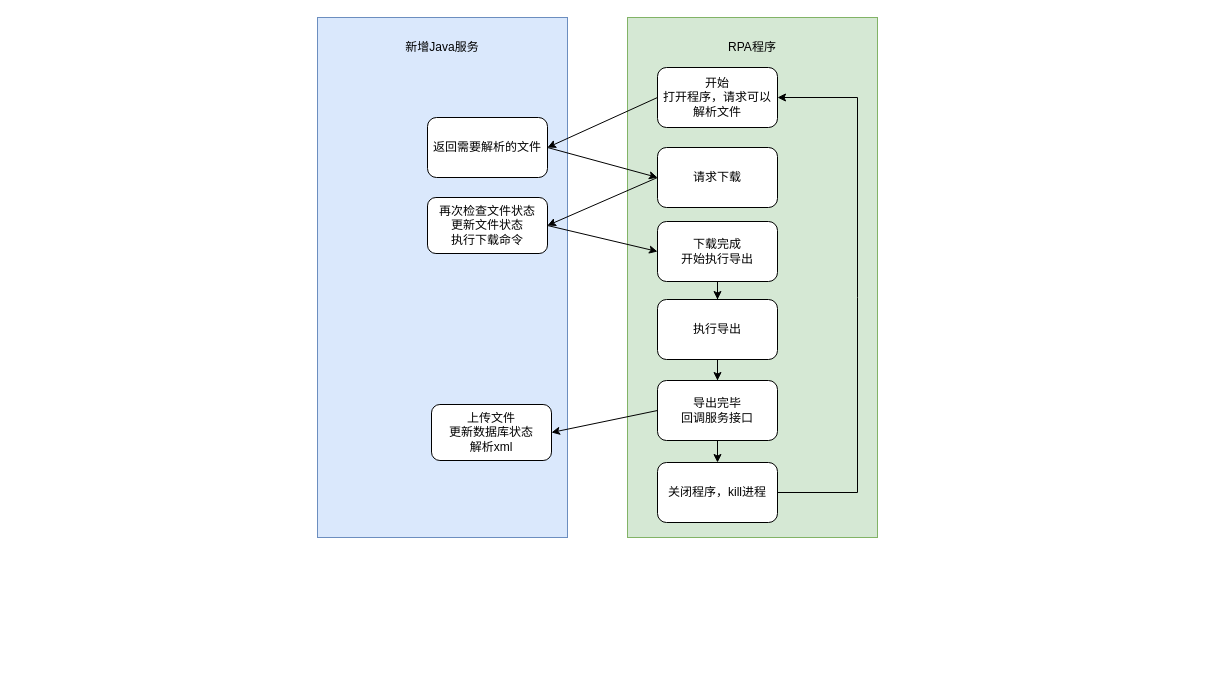
Before: draw.io/自动化RPA程序流程.drawio in KeatonLi/pictures, a draw.io diagram. Source tidied: cells renumbered, new cells numbered last; positions are measured from the earlier drawing's top-left corner, leaving out a move shared by most shapes. Both pictures are drawn from the tidied source at 100%, with x=0, y=0 at pixel (317, 17).
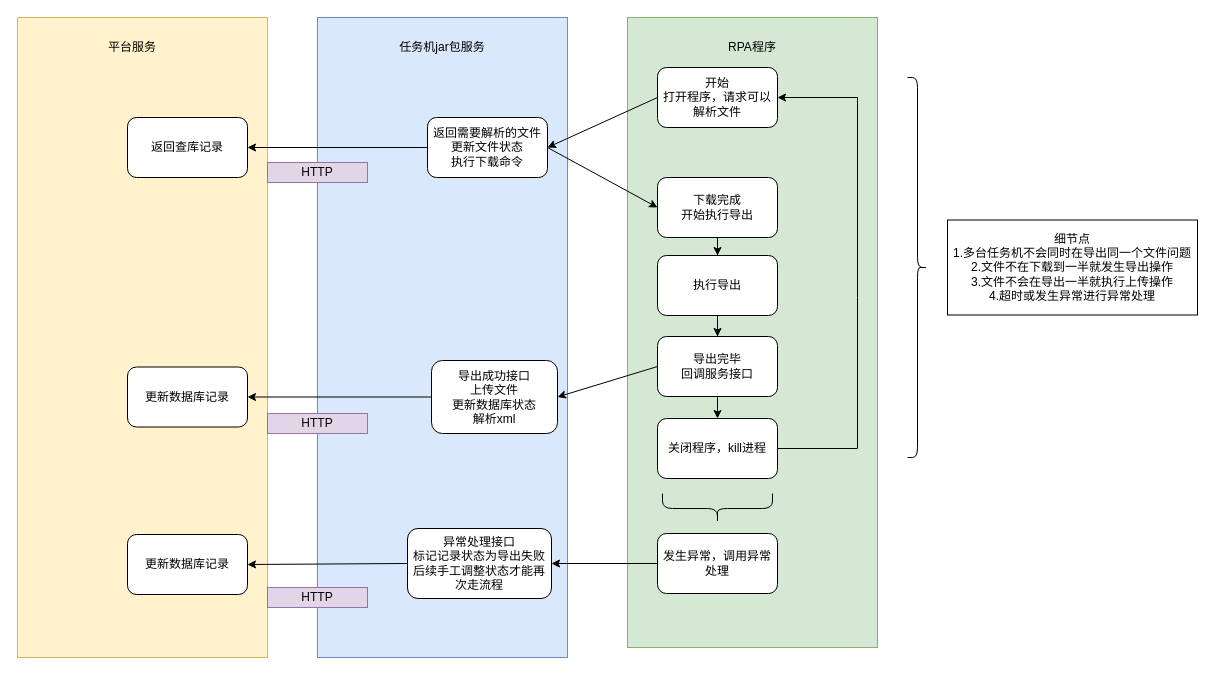
After the change.

Commit message:
更新自动化RPA程序流程.drawio

Unchanged cells that the change refers to:
```xml
<mxCell id="21" value="开始&lt;br&gt;打开程序，请求可以解析文件" style="rounded=1;whiteSpace=wrap;html=1;" parent="1" vertex="1">
  <mxGeometry x="340" y="50" width="120" height="60" as="geometry" />
</mxCell>
```

Diff of the diagram source:
```diff
@@
     <mxCell id="2" style="rounded=0;whiteSpace=wrap;html=1;fillColor=#dae8fc;strokeColor=#6c8ebf;" parent="1" vertex="1">
-      <mxGeometry width="250" height="520" as="geometry" />
+      <mxGeometry width="250" height="640" as="geometry" />
     </mxCell>
     <mxCell id="3" style="rounded=0;whiteSpace=wrap;html=1;fillColor=#d5e8d4;strokeColor=#82b366;" parent="1" vertex="1">
-      <mxGeometry x="310" width="250" height="520" as="geometry" />
+      <mxGeometry x="310" width="250" height="630" as="geometry" />
     </mxCell>
-    <mxCell id="4" value="新增Java服务" style="text;html=1;strokeColor=none;fillColor=none;align=center;verticalAlign=middle;whiteSpace=wrap;rounded=0;" parent="1" vertex="1">
+    <mxCell id="4" value="任务机jar包服务" style="text;html=1;strokeColor=none;fillColor=none;align=center;verticalAlign=middle;whiteSpace=wrap;rounded=0;" parent="1" vertex="1">
       <mxGeometry x="70" y="10" width="110" height="40" as="geometry" />
     </mxCell>
@@
-    <mxCell id="6" value="请求下载" style="rounded=1;whiteSpace=wrap;html=1;" parent="1" vertex="1">
-      <mxGeometry x="340" y="130" width="120" height="60" as="geometry" />
-    </mxCell>
-    <mxCell id="7" value="返回需要解析的文件" style="rounded=1;whiteSpace=wrap;html=1;" parent="1" vertex="1">
+    <mxCell id="7" value="返回需要解析的文件&lt;br&gt;更新文件状态&lt;br style=&quot;border-color: var(--border-color);&quot;&gt;执行下载命令" style="rounded=1;whiteSpace=wrap;html=1;" parent="1" vertex="1">
       <mxGeometry x="110" y="100" width="120" height="60" as="geometry" />
     </mxCell>
-    <mxCell id="8" style="endArrow=classic;html=1;rounded=0;exitX=1;exitY=0.5;exitDx=0;exitDy=0;entryX=0;entryY=0.5;entryDx=0;entryDy=0;" parent="1" edge="1" source="7" target="6">
-      <mxGeometry relative="1" as="geometry" />
-    </mxCell>
-    <mxCell id="9" value="再次检查文件状态&lt;br&gt;更新文件状态&lt;br&gt;执行下载命令" style="rounded=1;whiteSpace=wrap;html=1;" parent="1" vertex="1">
-      <mxGeometry x="110" y="180" width="120" height="56" as="geometry" />
-    </mxCell>
-    <mxCell id="10" style="endArrow=classic;html=1;rounded=0;exitX=0;exitY=0.5;exitDx=0;exitDy=0;entryX=1;entryY=0.5;entryDx=0;entryDy=0;" parent="1" edge="1" source="6" target="9">
-      <mxGeometry relative="1" as="geometry" />
-    </mxCell>
@@
     <mxCell id="12" value="下载完成&lt;br&gt;开始执行导出" style="rounded=1;whiteSpace=wrap;html=1;" parent="1" vertex="1">
-      <mxGeometry x="340" y="204" width="120" height="60" as="geometry" />
+      <mxGeometry x="340" y="160" width="120" height="60" as="geometry" />
     </mxCell>
-    <mxCell id="13" style="endArrow=classic;html=1;rounded=0;exitX=1;exitY=0.5;exitDx=0;exitDy=0;entryX=0;entryY=0.5;entryDx=0;entryDy=0;" parent="1" edge="1" source="9" target="12">
-      <mxGeometry relative="1" as="geometry" />
-    </mxCell>
@@
     <mxCell id="15" value="执行导出" style="rounded=1;whiteSpace=wrap;html=1;" parent="1" vertex="1">
-      <mxGeometry x="340" y="282" width="120" height="60" as="geometry" />
+      <mxGeometry x="340" y="238" width="120" height="60" as="geometry" />
     </mxCell>
@@
     <mxCell id="17" value="导出完毕&lt;br&gt;回调服务接口" style="rounded=1;whiteSpace=wrap;html=1;" parent="1" vertex="1">
-      <mxGeometry x="340" y="363" width="120" height="60" as="geometry" />
+      <mxGeometry x="340" y="319" width="120" height="60" as="geometry" />
     </mxCell>
@@
-    <mxCell id="19" value="上传文件&lt;br&gt;更新数据库状态&lt;br&gt;解析xml" style="rounded=1;whiteSpace=wrap;html=1;" parent="1" vertex="1">
-      <mxGeometry x="114" y="387" width="120" height="56" as="geometry" />
+    <mxCell id="19" value="导出成功接口&lt;br&gt;上传文件&lt;br&gt;更新数据库状态&lt;br&gt;解析xml" style="rounded=1;whiteSpace=wrap;html=1;" parent="1" vertex="1">
+      <mxGeometry x="114" y="343" width="126" height="73" as="geometry" />
     </mxCell>
     <mxCell id="20" value="关闭程序，kill进程" style="rounded=1;whiteSpace=wrap;html=1;" parent="1" vertex="1">
-      <mxGeometry x="340" y="445" width="120" height="60" as="geometry" />
+      <mxGeometry x="340" y="401" width="120" height="60" as="geometry" />
     </mxCell>
@@
     <mxCell id="23" style="endArrow=classic;html=1;rounded=0;exitX=1;exitY=0.5;exitDx=0;exitDy=0;entryX=1;entryY=0.5;entryDx=0;entryDy=0;" parent="1" edge="1" source="20" target="21">
       <mxGeometry relative="1" as="geometry">
         <Array as="points">
-          <mxPoint x="540" y="475" />
+          <mxPoint x="540" y="431" />
           <mxPoint x="540" y="280" />
           <mxPoint x="540" y="80" />
         </Array>
       </mxGeometry>
     </mxCell>
+    <mxCell id="24" value="异常处理接口&lt;br&gt;标记记录状态为导出失败&lt;br&gt;后续手工调整状态才能再次走流程" style="rounded=1;whiteSpace=wrap;html=1;" parent="1" vertex="1">
+      <mxGeometry x="90" y="511" width="144" height="70" as="geometry" />
+    </mxCell>
+    <mxCell id="25" style="shape=curlyBracket;whiteSpace=wrap;html=1;rounded=1;labelPosition=left;verticalLabelPosition=middle;align=right;verticalAlign=middle;rotation=-90;" parent="1" vertex="1">
+      <mxGeometry x="385" y="436" width="30" height="110" as="geometry" />
+    </mxCell>
+    <mxCell id="26" style="edgeStyle=orthogonalEdgeStyle;rounded=0;jettySize=auto;html=1;entryX=1;entryY=0.5;entryDx=0;entryDy=0;" parent="1" edge="1" source="27" target="24">
+      <mxGeometry relative="1" as="geometry" />
+    </mxCell>
+    <mxCell id="27" value="发生异常，调用异常处理" style="rounded=1;whiteSpace=wrap;html=1;" parent="1" vertex="1">
+      <mxGeometry x="340" y="516" width="120" height="60" as="geometry" />
+    </mxCell>
+    <mxCell id="28" style="shape=curlyBracket;whiteSpace=wrap;html=1;rounded=1;flipH=1;labelPosition=right;verticalLabelPosition=middle;align=left;verticalAlign=middle;" parent="1" vertex="1">
+      <mxGeometry x="590" y="60" width="20" height="380" as="geometry" />
+    </mxCell>
+    <mxCell id="29" value="细节点&lt;br&gt;1.多台任务机不会同时在导出同一个文件问题&lt;br&gt;2.文件不在下载到一半就发生导出操作&lt;br&gt;3.文件不会在导出一半就执行上传操作&lt;br&gt;4.超时或发生异常进行异常处理" style="rounded=0;whiteSpace=wrap;html=1;" parent="1" vertex="1">
+      <mxGeometry x="630" y="202.5" width="250" height="95" as="geometry" />
+    </mxCell>
+    <mxCell id="30" style="endArrow=classic;html=1;rounded=0;entryX=0;entryY=0.5;entryDx=0;entryDy=0;" parent="1" edge="1" target="12">
+      <mxGeometry relative="1" as="geometry">
+        <mxPoint x="230" y="130" as="sourcePoint" />
+      </mxGeometry>
+    </mxCell>
+    <mxCell id="31" style="rounded=0;whiteSpace=wrap;html=1;fillColor=#fff2cc;strokeColor=#d6b656;" parent="1" vertex="1">
+      <mxGeometry x="-300" width="250" height="640" as="geometry" />
+    </mxCell>
+    <mxCell id="32" value="平台服务" style="text;html=1;strokeColor=none;fillColor=none;align=center;verticalAlign=middle;whiteSpace=wrap;rounded=0;" parent="1" vertex="1">
+      <mxGeometry x="-240" y="10" width="110" height="40" as="geometry" />
+    </mxCell>
+    <mxCell id="33" style="endArrow=classic;html=1;rounded=0;entryX=1;entryY=0.5;entryDx=0;entryDy=0;exitX=0;exitY=0.5;exitDx=0;exitDy=0;" parent="1" edge="1" source="7" target="34">
+      <mxGeometry relative="1" as="geometry" />
+    </mxCell>
+    <mxCell id="34" value="返回查库记录" style="rounded=1;whiteSpace=wrap;html=1;" parent="1" vertex="1">
+      <mxGeometry x="-190" y="100" width="120" height="60" as="geometry" />
+    </mxCell>
+    <mxCell id="35" value="更新数据库记录" style="rounded=1;whiteSpace=wrap;html=1;" parent="1" vertex="1">
+      <mxGeometry x="-190" y="349.5" width="120" height="60" as="geometry" />
+    </mxCell>
+    <mxCell id="36" style="endArrow=classic;html=1;rounded=0;entryX=1;entryY=0.5;entryDx=0;entryDy=0;exitX=0;exitY=0.5;exitDx=0;exitDy=0;" parent="1" edge="1" source="19" target="35">
+      <mxGeometry relative="1" as="geometry" />
+    </mxCell>
+    <mxCell id="37" value="更新数据库记录" style="rounded=1;whiteSpace=wrap;html=1;" parent="1" vertex="1">
+      <mxGeometry x="-190" y="517" width="120" height="60" as="geometry" />
+    </mxCell>
+    <mxCell id="38" style="endArrow=classic;html=1;rounded=0;exitX=0;exitY=0.5;exitDx=0;exitDy=0;entryX=1;entryY=0.5;entryDx=0;entryDy=0;" parent="1" edge="1" source="24" target="37">
+      <mxGeometry relative="1" as="geometry" />
+    </mxCell>
+    <mxCell id="39" value="HTTP" style="rounded=0;whiteSpace=wrap;html=1;fillColor=#e1d5e7;strokeColor=#9673a6;" parent="1" vertex="1">
+      <mxGeometry x="-50" y="145" width="100" height="20" as="geometry" />
+    </mxCell>
+    <mxCell id="40" value="HTTP" style="rounded=0;whiteSpace=wrap;html=1;fillColor=#e1d5e7;strokeColor=#9673a6;" parent="1" vertex="1">
+      <mxGeometry x="-50" y="396" width="100" height="20" as="geometry" />
+    </mxCell>
+    <mxCell id="41" value="HTTP" style="rounded=0;whiteSpace=wrap;html=1;fillColor=#e1d5e7;strokeColor=#9673a6;" parent="1" vertex="1">
+      <mxGeometry x="-50" y="570" width="100" height="20" as="geometry" />
+    </mxCell>
```
